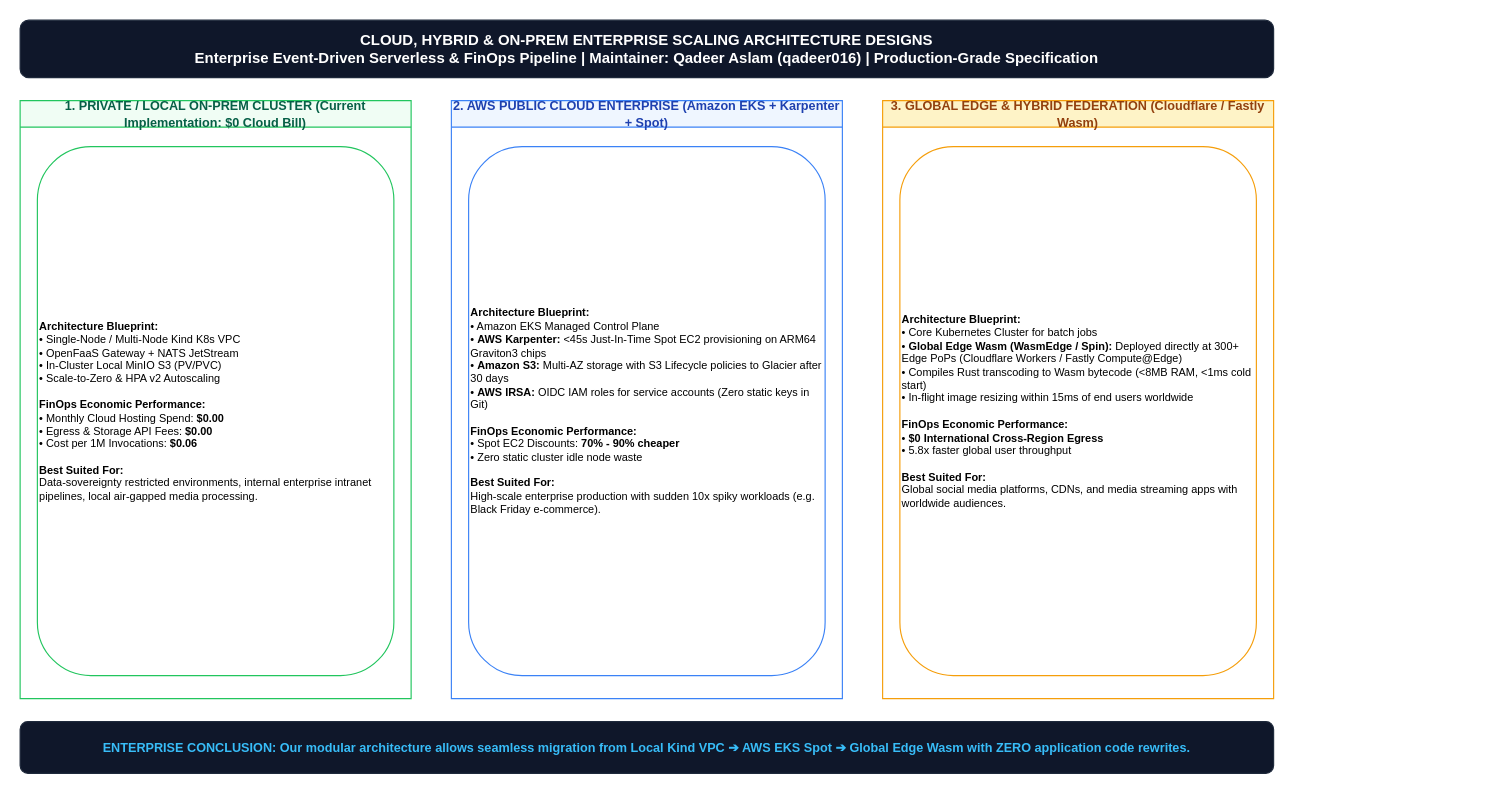
The draw.io diagram page "6. Cloud, Hybrid & On-Prem Architecture" (6 of 6) of architecture_diagrams/all.drawio in qadeeraay/serverless-cost-pipeline, before the edit. Source tidied: cells renumbered, new cells numbered last; positions are measured from the earlier drawing's top-left corner, leaving out a move shared by most shapes. Both pictures are drawn from the tidied source at 115%, with x=0, y=0 at pixel (20, 20).
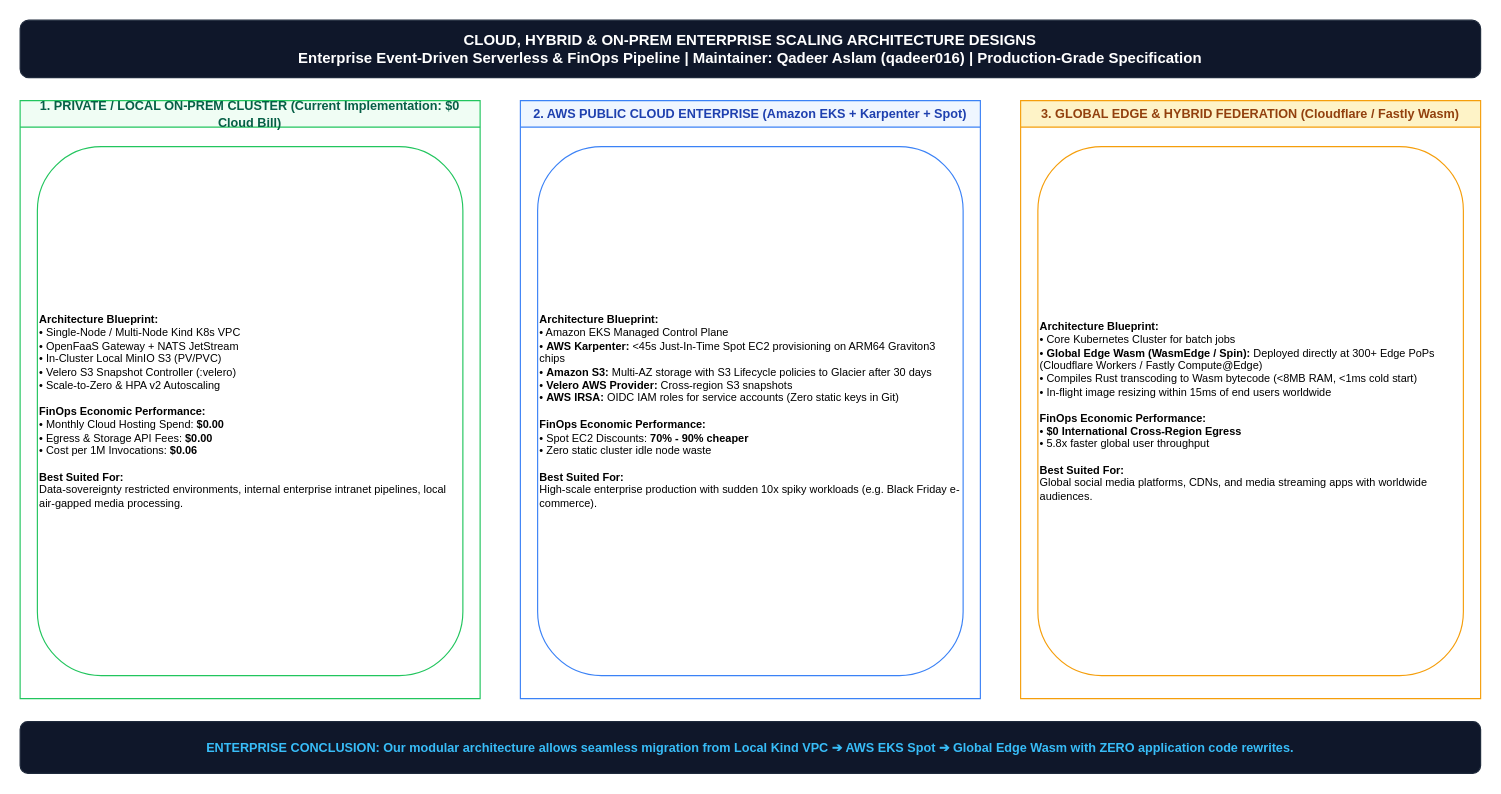
After the change.

Commit message (it also covers changes not shown here):
feat: update system architecture diagrams and documentation to include disaster recovery and Velero integration details

Diff of the diagram source:
```diff
@@
 <mxGraphModel background="#ffffff">
   <root>
     <mxCell id="0" />
     <mxCell id="1" parent="0" />
     <mxCell id="2" value="CLOUD, HYBRID &amp; ON-PREM ENTERPRISE SCALING ARCHITECTURE DESIGNS&#10;Enterprise Event-Driven Serverless &amp; FinOps Pipeline | Maintainer: Qadeer Aslam (qadeer016) | Production-Grade Specification" style="rounded=1;whiteSpace=wrap;html=1;fillColor=#0f172a;strokeColor=#1e293b;fontColor=#ffffff;fontSize=13;fontStyle=1;align=center;" parent="1" vertex="1">
-      <mxGeometry width="1090" height="50" as="geometry" />
+      <mxGeometry width="1270" height="50" as="geometry" />
     </mxCell>
     <mxCell id="3" value="1. PRIVATE / LOCAL ON-PREM CLUSTER (Current Implementation: $0 Cloud Bill)" style="swimlane;whiteSpace=wrap;html=1;fillColor=#f0fdf4;strokeColor=#22c55e;fontColor=#065f46;fontSize=11;fontStyle=1;" parent="1" vertex="1">
-      <mxGeometry y="70" width="340" height="520" as="geometry" />
+      <mxGeometry y="70" width="400" height="520" as="geometry" />
     </mxCell>
-    <mxCell id="4" value="&lt;b&gt;Architecture Blueprint:&lt;/b&gt;&lt;br&gt;• Single-Node / Multi-Node Kind K8s VPC&lt;br&gt;• OpenFaaS Gateway + NATS JetStream&lt;br&gt;• In-Cluster Local MinIO S3 (PV/PVC)&lt;br&gt;• Scale-to-Zero &amp; HPA v2 Autoscaling&lt;br&gt;&lt;br&gt;&lt;b&gt;FinOps Economic Performance:&lt;/b&gt;&lt;br&gt;• Monthly Cloud Hosting Spend: &lt;b&gt;$0.00&lt;/b&gt;&lt;br&gt;• Egress &amp; Storage API Fees: &lt;b&gt;$0.00&lt;/b&gt;&lt;br&gt;• Cost per 1M Invocations: &lt;b&gt;$0.06&lt;/b&gt;&lt;br&gt;&lt;br&gt;&lt;b&gt;Best Suited For:&lt;/b&gt;&lt;br&gt;Data-sovereignty restricted environments, internal enterprise intranet pipelines, local air-gapped media processing." style="rounded=1;whiteSpace=wrap;html=1;fillColor=#ffffff;strokeColor=#22c55e;fontSize=9.5;align=left;" parent="3" vertex="1">
-      <mxGeometry x="15" y="40" width="310" height="460" as="geometry" />
+    <mxCell id="4" value="&lt;b&gt;Architecture Blueprint:&lt;/b&gt;&lt;br&gt;• Single-Node / Multi-Node Kind K8s VPC&lt;br&gt;• OpenFaaS Gateway + NATS JetStream&lt;br&gt;• In-Cluster Local MinIO S3 (PV/PVC)&lt;br&gt;• Velero S3 Snapshot Controller (:velero)&lt;br&gt;• Scale-to-Zero &amp; HPA v2 Autoscaling&lt;br&gt;&lt;br&gt;&lt;b&gt;FinOps Economic Performance:&lt;/b&gt;&lt;br&gt;• Monthly Cloud Hosting Spend: &lt;b&gt;$0.00&lt;/b&gt;&lt;br&gt;• Egress &amp; Storage API Fees: &lt;b&gt;$0.00&lt;/b&gt;&lt;br&gt;• Cost per 1M Invocations: &lt;b&gt;$0.06&lt;/b&gt;&lt;br&gt;&lt;br&gt;&lt;b&gt;Best Suited For:&lt;/b&gt;&lt;br&gt;Data-sovereignty restricted environments, internal enterprise intranet pipelines, local air-gapped media processing." style="rounded=1;whiteSpace=wrap;html=1;fillColor=#ffffff;strokeColor=#22c55e;fontSize=9.5;align=left;" parent="3" vertex="1">
+      <mxGeometry x="15" y="40" width="370" height="460" as="geometry" />
     </mxCell>
     <mxCell id="5" value="2. AWS PUBLIC CLOUD ENTERPRISE (Amazon EKS + Karpenter + Spot)" style="swimlane;whiteSpace=wrap;html=1;fillColor=#eff6ff;strokeColor=#3b82f6;fontColor=#1e40af;fontSize=11;fontStyle=1;" parent="1" vertex="1">
-      <mxGeometry x="375" y="70" width="340" height="520" as="geometry" />
+      <mxGeometry x="435" y="70" width="400" height="520" as="geometry" />
     </mxCell>
-    <mxCell id="6" value="&lt;b&gt;Architecture Blueprint:&lt;/b&gt;&lt;br&gt;• Amazon EKS Managed Control Plane&lt;br&gt;• &lt;b&gt;AWS Karpenter:&lt;/b&gt; &lt;45s Just-In-Time Spot EC2 provisioning on ARM64 Graviton3 chips&lt;br&gt;• &lt;b&gt;Amazon S3:&lt;/b&gt; Multi-AZ storage with S3 Lifecycle policies to Glacier after 30 days&lt;br&gt;• &lt;b&gt;AWS IRSA:&lt;/b&gt; OIDC IAM roles for service accounts (Zero static keys in Git)&lt;br&gt;&lt;br&gt;&lt;b&gt;FinOps Economic Performance:&lt;/b&gt;&lt;br&gt;• Spot EC2 Discounts: &lt;b&gt;70% - 90% cheaper&lt;/b&gt;&lt;br&gt;• Zero static cluster idle node waste&lt;br&gt;&lt;br&gt;&lt;b&gt;Best Suited For:&lt;/b&gt;&lt;br&gt;High-scale enterprise production with sudden 10x spiky workloads (e.g. Black Friday e-commerce)." style="rounded=1;whiteSpace=wrap;html=1;fillColor=#ffffff;strokeColor=#3b82f6;fontSize=9.5;align=left;" parent="5" vertex="1">
-      <mxGeometry x="15" y="40" width="310" height="460" as="geometry" />
+    <mxCell id="6" value="&lt;b&gt;Architecture Blueprint:&lt;/b&gt;&lt;br&gt;• Amazon EKS Managed Control Plane&lt;br&gt;• &lt;b&gt;AWS Karpenter:&lt;/b&gt; &lt;45s Just-In-Time Spot EC2 provisioning on ARM64 Graviton3 chips&lt;br&gt;• &lt;b&gt;Amazon S3:&lt;/b&gt; Multi-AZ storage with S3 Lifecycle policies to Glacier after 30 days&lt;br&gt;• &lt;b&gt;Velero AWS Provider:&lt;/b&gt; Cross-region S3 snapshots&lt;br&gt;• &lt;b&gt;AWS IRSA:&lt;/b&gt; OIDC IAM roles for service accounts (Zero static keys in Git)&lt;br&gt;&lt;br&gt;&lt;b&gt;FinOps Economic Performance:&lt;/b&gt;&lt;br&gt;• Spot EC2 Discounts: &lt;b&gt;70% - 90% cheaper&lt;/b&gt;&lt;br&gt;• Zero static cluster idle node waste&lt;br&gt;&lt;br&gt;&lt;b&gt;Best Suited For:&lt;/b&gt;&lt;br&gt;High-scale enterprise production with sudden 10x spiky workloads (e.g. Black Friday e-commerce)." style="rounded=1;whiteSpace=wrap;html=1;fillColor=#ffffff;strokeColor=#3b82f6;fontSize=9.5;align=left;" parent="5" vertex="1">
+      <mxGeometry x="15" y="40" width="370" height="460" as="geometry" />
     </mxCell>
     <mxCell id="7" value="3. GLOBAL EDGE &amp; HYBRID FEDERATION (Cloudflare / Fastly Wasm)" style="swimlane;whiteSpace=wrap;html=1;fillColor=#fef3c7;strokeColor=#f59e0b;fontColor=#92400e;fontSize=11;fontStyle=1;" parent="1" vertex="1">
-      <mxGeometry x="750" y="70" width="340" height="520" as="geometry" />
+      <mxGeometry x="870" y="70" width="400" height="520" as="geometry" />
     </mxCell>
     <mxCell id="8" value="&lt;b&gt;Architecture Blueprint:&lt;/b&gt;&lt;br&gt;• Core Kubernetes Cluster for batch jobs&lt;br&gt;• &lt;b&gt;Global Edge Wasm (WasmEdge / Spin):&lt;/b&gt; Deployed directly at 300+ Edge PoPs (Cloudflare Workers / Fastly Compute@Edge)&lt;br&gt;• Compiles Rust transcoding to Wasm bytecode (&lt;8MB RAM, &lt;1ms cold start)&lt;br&gt;• In-flight image resizing within 15ms of end users worldwide&lt;br&gt;&lt;br&gt;&lt;b&gt;FinOps Economic Performance:&lt;/b&gt;&lt;br&gt;• &lt;b&gt;$0 International Cross-Region Egress&lt;/b&gt;&lt;br&gt;• 5.8x faster global user throughput&lt;br&gt;&lt;br&gt;&lt;b&gt;Best Suited For:&lt;/b&gt;&lt;br&gt;Global social media platforms, CDNs, and media streaming apps with worldwide audiences." style="rounded=1;whiteSpace=wrap;html=1;fillColor=#ffffff;strokeColor=#f59e0b;fontSize=9.5;align=left;" parent="7" vertex="1">
-      <mxGeometry x="15" y="40" width="310" height="460" as="geometry" />
+      <mxGeometry x="15" y="40" width="370" height="460" as="geometry" />
     </mxCell>
     <mxCell id="9" value="&lt;b&gt;ENTERPRISE CONCLUSION:&lt;/b&gt; Our modular architecture allows seamless migration from Local Kind VPC ➔ AWS EKS Spot ➔ Global Edge Wasm with ZERO application code rewrites." style="rounded=1;whiteSpace=wrap;html=1;fillColor=#0f172a;strokeColor=#1e293b;fontColor=#38bdf8;fontSize=11;fontStyle=1;align=center;" parent="1" vertex="1">
-      <mxGeometry y="610" width="1090" height="45" as="geometry" />
+      <mxGeometry y="610" width="1270" height="45" as="geometry" />
     </mxCell>
   </root>
 </mxGraphModel>
```
